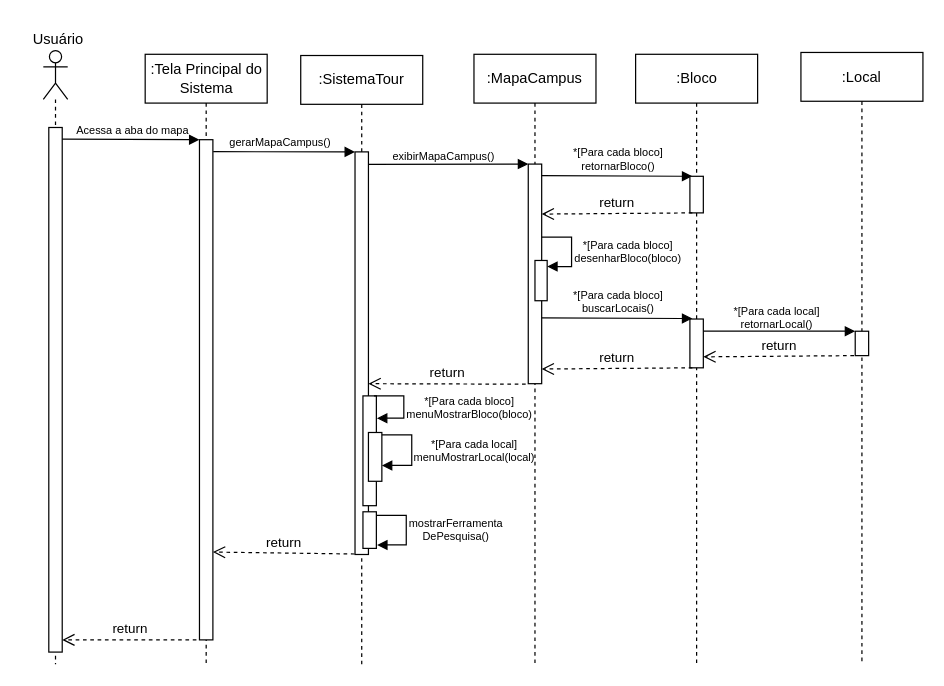
Above: DiagramaDeSequencia-Acessar360.drawio in Gigagiga1234/Tour-Virtual (draw.io), before the change. Source tidied: cells renumbered, new cells numbered last; positions are measured from the earlier drawing's top-left corner, leaving out a move shared by most shapes. Both pictures are drawn from the tidied source at 122%, with x=0, y=0 at pixel (21, 21).
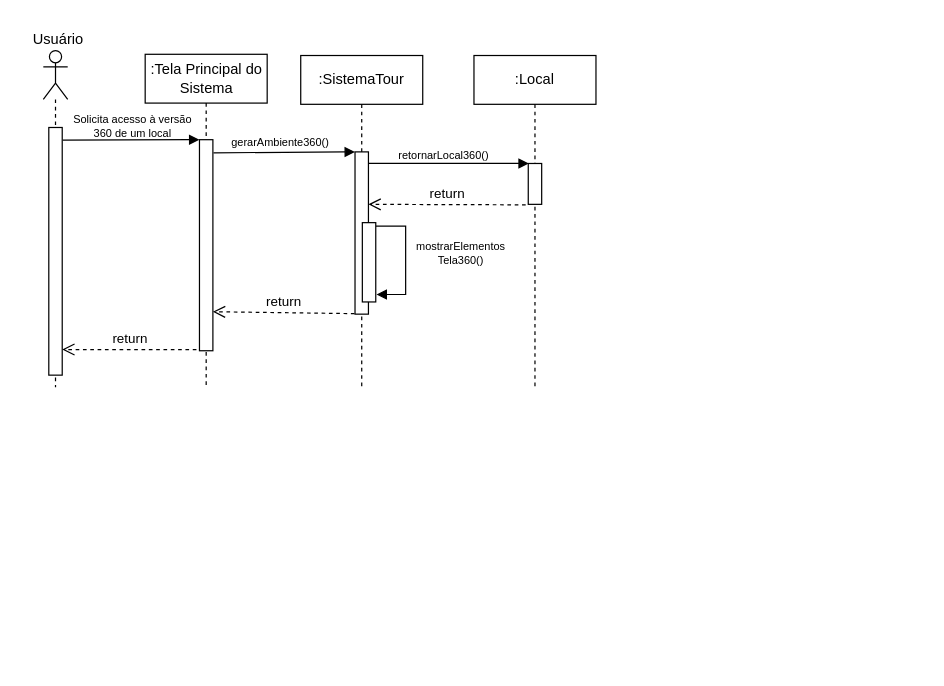
Above is the later version.

What changed in the source:
```diff
@@
-    <mxCell id="2" value=":MapaCampus" style="shape=umlLifeline;perimeter=lifelinePerimeter;whiteSpace=wrap;html=1;newEdgeStyle={&quot;curved&quot;:0,&quot;rounded&quot;:0};" parent="1" vertex="1">
-      <mxGeometry x="371" y="27" width="100" height="500" as="geometry" />
-    </mxCell>
-    <mxCell id="3" style="rounded=0;whiteSpace=wrap;html=1;" parent="1" vertex="1">
-      <mxGeometry x="415.5" y="117" width="11" height="180" as="geometry" />
-    </mxCell>
-    <mxCell id="4" value="*[Para cada bloco]&lt;div&gt;retornarBloco()&lt;/div&gt;" style="text;html=1;align=center;verticalAlign=middle;strokeColor=none;fillColor=none;fontSize=9;" parent="1" vertex="1">
-      <mxGeometry x="439" y="93" width="100" height="40" as="geometry" />
-    </mxCell>
-    <mxCell id="5" value="gerarMapaCampus()" style="text;html=1;align=center;verticalAlign=middle;strokeColor=none;fillColor=none;fontSize=9;" parent="1" vertex="1">
-      <mxGeometry x="157" y="90" width="110" height="20" as="geometry" />
+    <mxCell id="5" value="gerarAmbiente360()" style="text;html=1;align=center;verticalAlign=middle;strokeColor=none;fillColor=none;fontSize=9;" parent="1" vertex="1">
+      <mxGeometry x="162" y="90" width="100" height="20" as="geometry" />
     </mxCell>
     <mxCell id="6" value=":Tela Principal do Sistema" style="shape=umlLifeline;perimeter=lifelinePerimeter;whiteSpace=wrap;html=1;newEdgeStyle={&quot;curved&quot;:0,&quot;rounded&quot;:0};" parent="1" vertex="1">
-      <mxGeometry x="101.5" y="27" width="100" height="500" as="geometry" />
+      <mxGeometry x="101.5" y="27" width="100" height="273" as="geometry" />
     </mxCell>
     <mxCell id="7" style="shape=umlLifeline;perimeter=lifelinePerimeter;whiteSpace=wrap;html=1;newEdgeStyle={&quot;curved&quot;:0,&quot;rounded&quot;:0};participant=umlActor;" parent="1" vertex="1">
-      <mxGeometry x="18" y="24" width="20" height="503" as="geometry" />
+      <mxGeometry x="18" y="24" width="20" height="276" as="geometry" />
     </mxCell>
     <mxCell id="8" style="rounded=0;whiteSpace=wrap;html=1;" parent="1" vertex="1">
-      <mxGeometry x="22.5" y="87" width="11" height="430" as="geometry" />
+      <mxGeometry x="22.5" y="87" width="11" height="203" as="geometry" />
     </mxCell>
-    <mxCell id="9" value="Acessa a aba do mapa" style="text;html=1;align=center;verticalAlign=middle;strokeColor=none;fillColor=none;fontSize=9;" parent="1" vertex="1">
-      <mxGeometry x="31" y="80" width="120" height="20" as="geometry" />
+    <mxCell id="9" value="Solicita acesso à versão&lt;div&gt;360 de um local&lt;/div&gt;" style="text;html=1;align=center;verticalAlign=middle;strokeColor=none;fillColor=none;fontSize=9;" parent="1" vertex="1">
+      <mxGeometry x="31" y="66" width="120" height="40" as="geometry" />
     </mxCell>
     <mxCell id="10" style="rounded=0;whiteSpace=wrap;html=1;" parent="1" vertex="1">
-      <mxGeometry x="146" y="97" width="11" height="410" as="geometry" />
+      <mxGeometry x="146" y="97" width="11" height="173" as="geometry" />
     </mxCell>
-    <mxCell id="11" style="endArrow=block;html=1;rounded=0;exitX=1.003;exitY=0.022;exitDx=0;exitDy=0;exitPerimeter=0;entryX=0;entryY=0;entryDx=0;entryDy=0;endFill=1;" parent="1" edge="1" source="8" target="10">
+    <mxCell id="11" style="endArrow=block;html=1;rounded=0;exitX=1.04;exitY=0.051;exitDx=0;exitDy=0;exitPerimeter=0;entryX=0;entryY=0;entryDx=0;entryDy=0;endFill=1;" parent="1" edge="1" source="8" target="10">
       <mxGeometry relative="1" as="geometry" />
     </mxCell>
-    <mxCell id="12" style="endArrow=block;html=1;rounded=0;exitX=1.023;exitY=0.024;exitDx=0;exitDy=0;exitPerimeter=0;entryX=0;entryY=0;entryDx=0;entryDy=0;endFill=1;" parent="1" edge="1" source="10" target="24">
+    <mxCell id="12" style="endArrow=block;html=1;rounded=0;exitX=1.044;exitY=0.062;exitDx=0;exitDy=0;exitPerimeter=0;entryX=0;entryY=0;entryDx=0;entryDy=0;endFill=1;" parent="1" edge="1" source="10" target="24">
       <mxGeometry relative="1" as="geometry" />
     </mxCell>
-    <mxCell id="13" value=":Bloco" style="shape=umlLifeline;perimeter=lifelinePerimeter;whiteSpace=wrap;html=1;newEdgeStyle={&quot;curved&quot;:0,&quot;rounded&quot;:0};" parent="1" vertex="1">
-      <mxGeometry x="503.5" y="27" width="100" height="500" as="geometry" />
-    </mxCell>
-    <mxCell id="14" style="endArrow=block;html=1;rounded=0;exitX=1.002;exitY=0.226;exitDx=0;exitDy=0;entryX=0;entryY=0;entryDx=0;entryDy=0;endFill=1;exitPerimeter=0;" parent="1" edge="1">
-      <mxGeometry relative="1" as="geometry">
-        <mxPoint x="426.5" y="126.4" as="sourcePoint" />
-        <mxPoint x="550" y="127" as="targetPoint" />
-      </mxGeometry>
-    </mxCell>
-    <mxCell id="15" style="rounded=0;whiteSpace=wrap;html=1;" parent="1" vertex="1">
-      <mxGeometry x="548" y="127" width="11" height="30" as="geometry" />
-    </mxCell>
-    <mxCell id="16" style="html=1;perimeter=orthogonalPerimeter;targetShapes=umlLifeline;newEdgeStyle={&quot;curved&quot;:0,&quot;rounded&quot;:0};" parent="1" vertex="1">
-      <mxGeometry x="421" y="196" width="10" height="33" as="geometry" />
-    </mxCell>
-    <mxCell id="17" style="html=1;align=left;spacingLeft=2;endArrow=block;rounded=0;edgeStyle=elbowEdgeStyle;rounded=0;exitX=1.089;exitY=0.74;exitDx=0;exitDy=0;exitPerimeter=0;entryX=1;entryY=0;entryDx=0;entryDy=5;entryPerimeter=0;" parent="1" edge="1">
-      <mxGeometry x="-0.17" y="30" relative="1" as="geometry">
-        <mxPoint x="426.5" y="176.8" as="sourcePoint" />
-        <mxPoint x="431" y="201" as="targetPoint" />
-        <Array as="points">
-          <mxPoint x="451" y="189" />
-        </Array>
-      </mxGeometry>
-    </mxCell>
-    <mxCell id="18" value="&lt;div&gt;&lt;span style=&quot;background-color: transparent; color: light-dark(rgb(0, 0, 0), rgb(255, 255, 255));&quot;&gt;*[Para cada bloco]&lt;/span&gt;&lt;/div&gt;&lt;div&gt;&lt;span style=&quot;background-color: transparent; color: light-dark(rgb(0, 0, 0), rgb(255, 255, 255));&quot;&gt;desenharBloco(bloco)&lt;/span&gt;&lt;/div&gt;" style="text;html=1;align=center;verticalAlign=middle;strokeColor=none;fillColor=none;fontSize=9;" parent="1" vertex="1">
-      <mxGeometry x="442" y="169" width="110" height="40" as="geometry" />
-    </mxCell>
-    <mxCell id="19" value="return" style="html=1;verticalAlign=bottom;endArrow=open;dashed=1;endSize=8;curved=0;rounded=0;entryX=1;entryY=0.75;entryDx=0;entryDy=0;exitX=0;exitY=1;exitDx=0;exitDy=0;" parent="1" edge="1">
-      <mxGeometry relative="1" as="geometry">
-        <mxPoint x="550" y="157" as="sourcePoint" />
-        <mxPoint x="426.5" y="158" as="targetPoint" />
-      </mxGeometry>
-    </mxCell>
     <mxCell id="20" value="return" style="html=1;verticalAlign=bottom;endArrow=open;dashed=1;endSize=8;curved=0;rounded=0;entryX=1.039;entryY=0.879;entryDx=0;entryDy=0;entryPerimeter=0;" parent="1" edge="1">
       <mxGeometry relative="1" as="geometry">
-        <mxPoint x="273.1" y="436.6" as="sourcePoint" />
-        <mxPoint x="157" y="435" as="targetPoint" />
+        <mxPoint x="273.1" y="239.6" as="sourcePoint" />
+        <mxPoint x="157" y="238" as="targetPoint" />
       </mxGeometry>
     </mxCell>
     <mxCell id="21" value="return" style="html=1;verticalAlign=bottom;endArrow=open;dashed=1;endSize=8;curved=0;rounded=0;" parent="1" edge="1">
       <mxGeometry relative="1" as="geometry">
-        <mxPoint x="143.5" y="507" as="sourcePoint" />
-        <mxPoint x="33.5" y="507" as="targetPoint" />
+        <mxPoint x="143.5" y="269" as="sourcePoint" />
+        <mxPoint x="33.5" y="269" as="targetPoint" />
       </mxGeometry>
     </mxCell>
@@
     <mxCell id="23" value=":SistemaTour" style="shape=umlLifeline;perimeter=lifelinePerimeter;whiteSpace=wrap;html=1;newEdgeStyle={&quot;curved&quot;:0,&quot;rounded&quot;:0};" parent="1" vertex="1">
-      <mxGeometry x="229" y="28" width="100" height="499" as="geometry" />
+      <mxGeometry x="229" y="28" width="100" height="272" as="geometry" />
     </mxCell>
     <mxCell id="24" style="rounded=0;whiteSpace=wrap;html=1;" parent="1" vertex="1">
-      <mxGeometry x="273.5" y="107" width="11" height="330" as="geometry" />
+      <mxGeometry x="273.5" y="107" width="11" height="133" as="geometry" />
     </mxCell>
-    <mxCell id="25" style="endArrow=block;html=1;rounded=0;entryX=0;entryY=0;entryDx=0;entryDy=0;endFill=1;exitX=0.998;exitY=0.031;exitDx=0;exitDy=0;exitPerimeter=0;" parent="1" edge="1" source="24" target="3">
-      <mxGeometry relative="1" as="geometry" />
-    </mxCell>
-    <mxCell id="26" value="exibirMapaCampus()" style="text;html=1;align=center;verticalAlign=middle;strokeColor=none;fillColor=none;fontSize=9;" parent="1" vertex="1">
-      <mxGeometry x="291" y="101" width="110" height="20" as="geometry" />
+    <mxCell id="26" value="retornarLocal360()" style="text;html=1;align=center;verticalAlign=middle;strokeColor=none;fillColor=none;fontSize=9;" parent="1" vertex="1">
+      <mxGeometry x="296" y="100" width="100" height="20" as="geometry" />
     </mxCell>
     <mxCell id="27" value="return" style="html=1;verticalAlign=bottom;endArrow=open;dashed=1;endSize=8;curved=0;rounded=0;entryX=1.01;entryY=0.365;entryDx=0;entryDy=0;entryPerimeter=0;" parent="1" edge="1">
       <mxGeometry relative="1" as="geometry">
-        <mxPoint x="413.4" y="297.4" as="sourcePoint" />
-        <mxPoint x="284.5" y="297" as="targetPoint" />
+        <mxPoint x="413.4" y="150.4" as="sourcePoint" />
+        <mxPoint x="284.5" y="150" as="targetPoint" />
       </mxGeometry>
     </mxCell>
-    <mxCell id="28" style="rounded=0;whiteSpace=wrap;html=1;" parent="1" vertex="1">
-      <mxGeometry x="548" y="244" width="11" height="40" as="geometry" />
-    </mxCell>
-    <mxCell id="29" style="endArrow=block;html=1;rounded=0;exitX=1.002;exitY=0.226;exitDx=0;exitDy=0;entryX=0;entryY=0;entryDx=0;entryDy=0;endFill=1;exitPerimeter=0;" parent="1" edge="1">
-      <mxGeometry relative="1" as="geometry">
-        <mxPoint x="426.5" y="243" as="sourcePoint" />
-        <mxPoint x="550" y="243.6" as="targetPoint" />
-      </mxGeometry>
-    </mxCell>
-    <mxCell id="30" value="*[Para cada bloco]&lt;div&gt;buscarLocais()&lt;/div&gt;" style="text;html=1;align=center;verticalAlign=middle;strokeColor=none;fillColor=none;fontSize=9;" parent="1" vertex="1">
-      <mxGeometry x="439" y="210" width="100" height="40" as="geometry" />
-    </mxCell>
     <mxCell id="31" value=":Local" style="shape=umlLifeline;perimeter=lifelinePerimeter;whiteSpace=wrap;html=1;newEdgeStyle={&quot;curved&quot;:0,&quot;rounded&quot;:0};" parent="1" vertex="1">
-      <mxGeometry x="639" y="25.5" width="100" height="501.5" as="geometry" />
+      <mxGeometry x="371" y="28" width="100" height="272" as="geometry" />
     </mxCell>
-    <mxCell id="32" style="rounded=0;whiteSpace=wrap;html=1;" parent="1" vertex="1">
-      <mxGeometry x="683.5" y="254" width="11" height="20" as="geometry" />
-    </mxCell>
-    <mxCell id="33" style="endArrow=block;html=1;rounded=0;exitX=1.002;exitY=0.226;exitDx=0;exitDy=0;entryX=0;entryY=0;entryDx=0;entryDy=0;endFill=1;exitPerimeter=0;" parent="1" edge="1" target="32">
-      <mxGeometry relative="1" as="geometry">
-        <mxPoint x="559" y="254" as="sourcePoint" />
-      </mxGeometry>
-    </mxCell>
-    <mxCell id="34" value="*[Para cada local]&lt;div&gt;retornarLocal()&lt;/div&gt;" style="text;html=1;align=center;verticalAlign=middle;strokeColor=none;fillColor=none;fontSize=9;" parent="1" vertex="1">
-      <mxGeometry x="574" y="223" width="90" height="40" as="geometry" />
-    </mxCell>
-    <mxCell id="35" value="return" style="html=1;verticalAlign=bottom;endArrow=open;dashed=1;endSize=8;curved=0;rounded=0;entryX=1;entryY=0.75;entryDx=0;entryDy=0;exitX=0;exitY=1;exitDx=0;exitDy=0;" parent="1" edge="1">
-      <mxGeometry relative="1" as="geometry">
-        <mxPoint x="682.5" y="274" as="sourcePoint" />
-        <mxPoint x="559" y="275" as="targetPoint" />
-      </mxGeometry>
-    </mxCell>
-    <mxCell id="36" value="return" style="html=1;verticalAlign=bottom;endArrow=open;dashed=1;endSize=8;curved=0;rounded=0;entryX=1;entryY=0.75;entryDx=0;entryDy=0;exitX=0;exitY=1;exitDx=0;exitDy=0;" parent="1" edge="1">
-      <mxGeometry relative="1" as="geometry">
-        <mxPoint x="550" y="284" as="sourcePoint" />
-        <mxPoint x="426.5" y="285" as="targetPoint" />
-      </mxGeometry>
-    </mxCell>
-    <mxCell id="37" style="rounded=0;whiteSpace=wrap;html=1;" parent="1" vertex="1">
-      <mxGeometry x="280" y="307" width="11" height="90" as="geometry" />
-    </mxCell>
-    <mxCell id="38" style="html=1;align=left;spacingLeft=2;endArrow=block;rounded=0;edgeStyle=elbowEdgeStyle;rounded=0;exitX=1.089;exitY=0.74;exitDx=0;exitDy=0;exitPerimeter=0;entryX=1.041;entryY=0.203;entryDx=0;entryDy=0;entryPerimeter=0;" parent="1" edge="1" target="37">
-      <mxGeometry x="-0.17" y="30" relative="1" as="geometry">
-        <mxPoint x="289" y="307" as="sourcePoint" />
-        <Array as="points">
-          <mxPoint x="313.5" y="319.2" />
-        </Array>
-      </mxGeometry>
-    </mxCell>
-    <mxCell id="39" value="&lt;div&gt;&lt;span style=&quot;background-color: transparent; color: light-dark(rgb(0, 0, 0), rgb(255, 255, 255));&quot;&gt;*[Para cada bloco]&lt;/span&gt;&lt;/div&gt;&lt;div&gt;&lt;span style=&quot;background-color: transparent; color: light-dark(rgb(0, 0, 0), rgb(255, 255, 255));&quot;&gt;menuMostrarBloco(bloco)&lt;/span&gt;&lt;/div&gt;" style="text;html=1;align=center;verticalAlign=middle;strokeColor=none;fillColor=none;fontSize=9;" parent="1" vertex="1">
-      <mxGeometry x="301.5" y="297" width="130" height="40" as="geometry" />
-    </mxCell>
-    <mxCell id="40" style="rounded=0;whiteSpace=wrap;html=1;" parent="1" vertex="1">
-      <mxGeometry x="284.5" y="337" width="11" height="40" as="geometry" />
-    </mxCell>
-    <mxCell id="41" style="html=1;align=left;spacingLeft=2;endArrow=block;rounded=0;edgeStyle=elbowEdgeStyle;rounded=0;exitX=1.089;exitY=0.74;exitDx=0;exitDy=0;exitPerimeter=0;entryX=1.041;entryY=0.203;entryDx=0;entryDy=0;entryPerimeter=0;" parent="1" edge="1">
-      <mxGeometry x="-0.17" y="30" relative="1" as="geometry">
-        <mxPoint x="295.5" y="339" as="sourcePoint" />
-        <mxPoint x="295.5" y="364" as="targetPoint" />
-        <Array as="points">
-          <mxPoint x="320" y="351.2" />
-        </Array>
-      </mxGeometry>
-    </mxCell>
-    <mxCell id="42" value="&lt;div&gt;&lt;span style=&quot;background-color: transparent; color: light-dark(rgb(0, 0, 0), rgb(255, 255, 255));&quot;&gt;*[Para cada local]&lt;/span&gt;&lt;/div&gt;&lt;div&gt;&lt;span style=&quot;background-color: transparent; color: light-dark(rgb(0, 0, 0), rgb(255, 255, 255));&quot;&gt;menuMostrarLocal(local)&lt;/span&gt;&lt;/div&gt;" style="text;html=1;align=center;verticalAlign=middle;strokeColor=none;fillColor=none;fontSize=9;" parent="1" vertex="1">
-      <mxGeometry x="311" y="332" width="120" height="40" as="geometry" />
-    </mxCell>
     <mxCell id="43" style="html=1;align=left;spacingLeft=2;endArrow=block;rounded=0;edgeStyle=elbowEdgeStyle;rounded=0;exitX=1.089;exitY=0.74;exitDx=0;exitDy=0;exitPerimeter=0;entryX=1.054;entryY=0.906;entryDx=0;entryDy=0;entryPerimeter=0;" parent="1" edge="1" target="45">
       <mxGeometry x="-0.17" y="30" relative="1" as="geometry">
-        <mxPoint x="291" y="404.9" as="sourcePoint" />
+        <mxPoint x="290.5" y="167.9" as="sourcePoint" />
         <Array as="points">
-          <mxPoint x="315.5" y="417.1" />
+          <mxPoint x="315" y="180.1" />
         </Array>
       </mxGeometry>
     </mxCell>
-    <mxCell id="44" value="&lt;div&gt;mostrarFerramenta&lt;/div&gt;&lt;div&gt;DePesquisa()&lt;/div&gt;" style="text;html=1;align=center;verticalAlign=middle;strokeColor=none;fillColor=none;fontSize=9;" parent="1" vertex="1">
-      <mxGeometry x="305.5" y="397" width="100" height="40" as="geometry" />
+    <mxCell id="44" value="&lt;div&gt;mostrarElementos&lt;/div&gt;&lt;div&gt;Tela360()&lt;/div&gt;" style="text;html=1;align=center;verticalAlign=middle;strokeColor=none;fillColor=none;fontSize=9;" parent="1" vertex="1">
+      <mxGeometry x="310" y="170" width="100" height="40" as="geometry" />
     </mxCell>
     <mxCell id="45" style="rounded=0;whiteSpace=wrap;html=1;" parent="1" vertex="1">
-      <mxGeometry x="280" y="402" width="11" height="30" as="geometry" />
+      <mxGeometry x="279.5" y="165" width="11" height="65" as="geometry" />
     </mxCell>
+    <mxCell id="46" style="rounded=0;whiteSpace=wrap;html=1;" parent="1" vertex="1">
+      <mxGeometry x="415.5" y="116.5" width="11" height="33.5" as="geometry" />
+    </mxCell>
+    <mxCell id="47" style="endArrow=block;html=1;rounded=0;entryX=0;entryY=0;entryDx=0;entryDy=0;endFill=1;exitX=0.998;exitY=0.031;exitDx=0;exitDy=0;exitPerimeter=0;" parent="1" edge="1">
+      <mxGeometry relative="1" as="geometry">
+        <mxPoint x="284.5" y="116.5" as="sourcePoint" />
+        <mxPoint x="416" y="116.5" as="targetPoint" />
+      </mxGeometry>
+    </mxCell>
```
